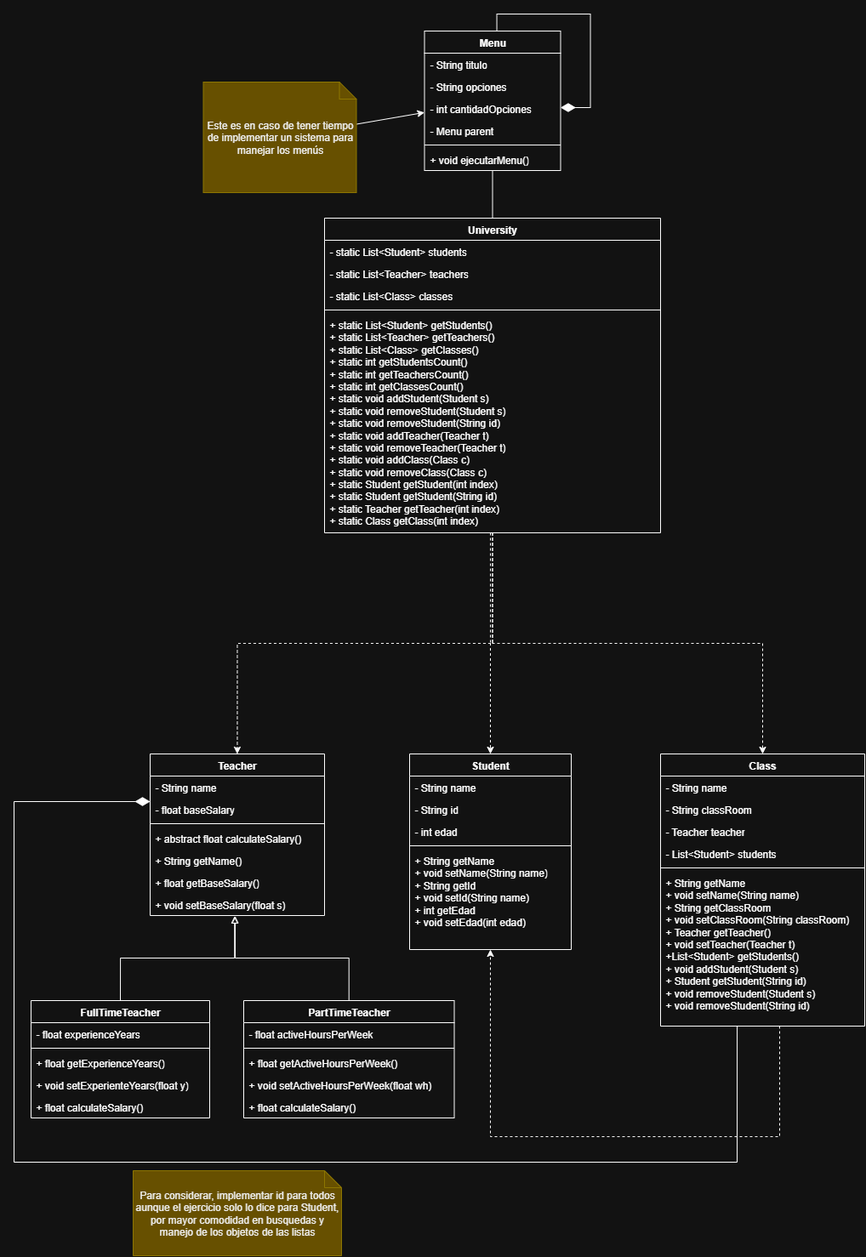
CarlosDRomero/JavaFinalExercise keeps this draw.io diagram as diagrams/ClassesDiagram.png. Above is the earlier version. Source tidied: cells renumbered, new cells last; positions are measured from the earlier drawing's top-left corner, leaving out a move shared by most shapes.
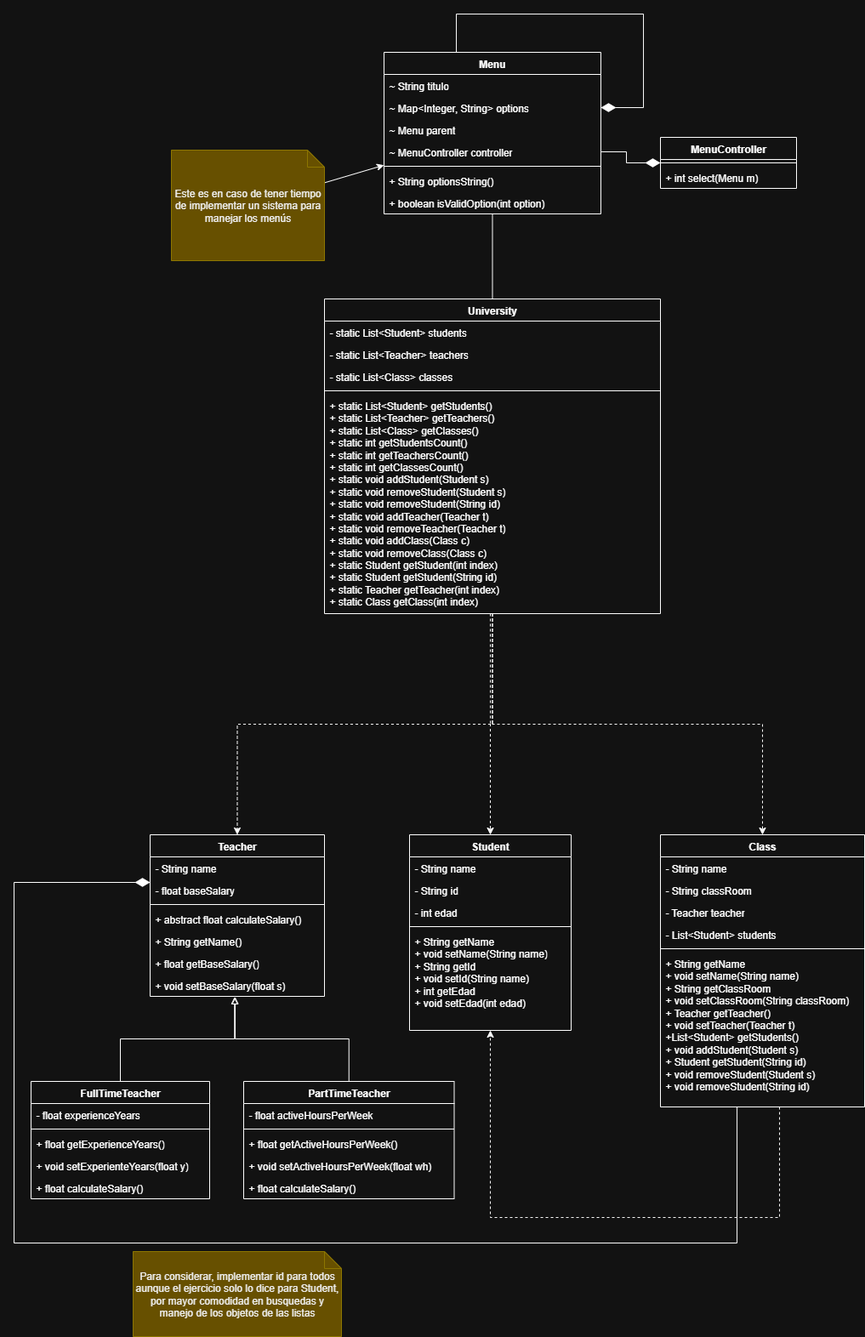
Later version of the same file.

What changed in the source:
```diff
@@ -160,44 +160,63 @@
       <mxGeometry relative="1" as="geometry" />
     </mxCell>
     <mxCell id="49" value="Menu" style="swimlane;fontStyle=1;align=center;verticalAlign=top;horizontal=1;startSize=26;whiteSpace=wrap;html=1;" parent="1" vertex="1">
-      <mxGeometry x="482.5" y="20" width="160" height="164" as="geometry" />
+      <mxGeometry x="435" y="-50" width="255" height="190" as="geometry" />
     </mxCell>
-    <mxCell id="50" value="- String titulo" style="text;strokeColor=none;fillColor=none;align=left;verticalAlign=top;spacingLeft=4;spacingRight=4;overflow=hidden;whiteSpace=wrap;html=1;" parent="49" vertex="1">
-      <mxGeometry y="26" width="160" height="26" as="geometry" />
+    <mxCell id="50" value="~ String titulo" style="text;strokeColor=none;fillColor=none;align=left;verticalAlign=top;spacingLeft=4;spacingRight=4;overflow=hidden;whiteSpace=wrap;html=1;" parent="49" vertex="1">
+      <mxGeometry y="26" width="255" height="26" as="geometry" />
     </mxCell>
-    <mxCell id="51" value="- String opciones" style="text;strokeColor=none;fillColor=none;align=left;verticalAlign=top;spacingLeft=4;spacingRight=4;overflow=hidden;whiteSpace=wrap;html=1;" parent="49" vertex="1">
-      <mxGeometry y="52" width="160" height="26" as="geometry" />
-    </mxCell>
-    <mxCell id="52" value="- int cantidadOpciones" style="text;strokeColor=none;fillColor=none;align=left;verticalAlign=top;spacingLeft=4;spacingRight=4;overflow=hidden;points=[[0,0.5],[1,0.5]];portConstraint=eastwest;whiteSpace=wrap;html=1;" parent="49" vertex="1">
-      <mxGeometry y="78" width="160" height="26" as="geometry" />
+    <mxCell id="52" value="~ Map&amp;lt;Integer, String&amp;gt; options" style="text;strokeColor=none;fillColor=none;align=left;verticalAlign=top;spacingLeft=4;spacingRight=4;overflow=hidden;points=[[0,0.5],[1,0.5]];portConstraint=eastwest;whiteSpace=wrap;html=1;" parent="49" vertex="1">
+      <mxGeometry y="52" width="255" height="26" as="geometry" />
     </mxCell>
-    <mxCell id="53" value="- Menu parent" style="text;strokeColor=none;fillColor=none;align=left;verticalAlign=top;spacingLeft=4;spacingRight=4;overflow=hidden;whiteSpace=wrap;html=1;" parent="49" vertex="1">
-      <mxGeometry y="104" width="160" height="26" as="geometry" />
+    <mxCell id="53" value="&lt;span style=&quot;background-color: transparent; color: light-dark(rgb(0, 0, 0), rgb(255, 255, 255));&quot;&gt;~ Menu parent&lt;/span&gt;" style="text;strokeColor=none;fillColor=none;align=left;verticalAlign=top;spacingLeft=4;spacingRight=4;overflow=hidden;whiteSpace=wrap;html=1;" parent="49" vertex="1">
+      <mxGeometry y="78" width="255" height="26" as="geometry" />
     </mxCell>
+    <mxCell id="60" value="~ MenuController controller" style="text;strokeColor=none;fillColor=none;align=left;verticalAlign=top;spacingLeft=4;spacingRight=4;overflow=hidden;points=[[0,0.5],[1,0.5]];portConstraint=eastwest;whiteSpace=wrap;html=1;" parent="49" vertex="1">
+      <mxGeometry y="104" width="255" height="26" as="geometry" />
+    </mxCell>
     <mxCell id="54" style="line;strokeWidth=1;fillColor=none;align=left;verticalAlign=middle;spacingTop=-1;spacingLeft=3;spacingRight=3;labelPosition=right;strokeColor=inherit;" parent="49" vertex="1">
-      <mxGeometry y="130" width="160" height="8" as="geometry" />
+      <mxGeometry y="130" width="255" height="8" as="geometry" />
     </mxCell>
-    <mxCell id="55" value="+ void ejecutarMenu()" style="text;strokeColor=none;fillColor=none;align=left;verticalAlign=top;spacingLeft=4;spacingRight=4;overflow=hidden;whiteSpace=wrap;html=1;" parent="49" vertex="1">
-      <mxGeometry y="138" width="160" height="26" as="geometry" />
-    </mxCell>
     <mxCell id="56" style="edgeStyle=orthogonalEdgeStyle;rounded=0;jettySize=auto;html=1;endArrow=diamondThin;endFill=1;endSize=15;entryX=1;entryY=0.5;entryDx=0;entryDy=0;" parent="49" edge="1" source="49" target="52">
       <mxGeometry relative="1" as="geometry">
         <Array as="points">
-          <mxPoint x="85" y="-20" />
-          <mxPoint x="195" y="-20" />
-          <mxPoint x="195" y="90" />
-          <mxPoint x="160" y="90" />
+          <mxPoint x="85" y="-45" />
+          <mxPoint x="305" y="-45" />
+          <mxPoint x="305" y="65" />
         </Array>
       </mxGeometry>
     </mxCell>
+    <mxCell id="61" value="+&amp;nbsp;String optionsString()" style="text;strokeColor=none;fillColor=none;align=left;verticalAlign=top;spacingLeft=4;spacingRight=4;overflow=hidden;whiteSpace=wrap;html=1;" parent="49" vertex="1">
+      <mxGeometry y="138" width="255" height="26" as="geometry" />
+    </mxCell>
+    <mxCell id="62" value="+&amp;nbsp;boolean isValidOption(int option)" style="text;strokeColor=none;fillColor=none;align=left;verticalAlign=top;spacingLeft=4;spacingRight=4;overflow=hidden;whiteSpace=wrap;html=1;" parent="49" vertex="1">
+      <mxGeometry y="164" width="255" height="26" as="geometry" />
+    </mxCell>
     <mxCell id="57" style="rounded=0;jettySize=auto;html=1;" parent="1" edge="1" source="58" target="49">
       <mxGeometry relative="1" as="geometry" />
     </mxCell>
     <mxCell id="58" value="Este es en caso de tener tiempo de implementar un sistema para manejar los menús" style="shape=note;size=20;whiteSpace=wrap;html=1;fillColor=#e3c800;fontColor=#000000;strokeColor=#B09500;" parent="1" vertex="1">
-      <mxGeometry x="222.5" y="80" width="180" height="130" as="geometry" />
+      <mxGeometry x="185" y="65" width="180" height="130" as="geometry" />
     </mxCell>
     <mxCell id="59" value="Para considerar, implementar id para todos aunque el ejercicio solo lo dice para Student, por mayor comodidad en busquedas y manejo de los objetos de las listas" style="shape=note;size=20;whiteSpace=wrap;html=1;fillColor=#e3c800;fontColor=#000000;strokeColor=#B09500;" parent="1" vertex="1">
       <mxGeometry x="140" y="1360" width="245" height="100" as="geometry" />
     </mxCell>
+    <mxCell id="63" value="MenuController" style="swimlane;fontStyle=1;align=center;verticalAlign=top;horizontal=1;startSize=26;whiteSpace=wrap;html=1;" parent="1" vertex="1">
+      <mxGeometry x="760" y="50" width="160" height="60" as="geometry" />
+    </mxCell>
+    <mxCell id="64" style="line;strokeWidth=1;fillColor=none;align=left;verticalAlign=middle;spacingTop=-1;spacingLeft=3;spacingRight=3;labelPosition=right;strokeColor=inherit;" parent="63" vertex="1">
+      <mxGeometry y="26" width="160" height="8" as="geometry" />
+    </mxCell>
+    <mxCell id="65" value="+ int select(Menu m)" style="text;strokeColor=none;fillColor=none;align=left;verticalAlign=top;spacingLeft=4;spacingRight=4;overflow=hidden;whiteSpace=wrap;html=1;" parent="63" vertex="1">
+      <mxGeometry y="34" width="160" height="26" as="geometry" />
+    </mxCell>
+    <mxCell id="66" style="edgeStyle=orthogonalEdgeStyle;rounded=0;jettySize=auto;html=1;endArrow=diamondThin;endFill=1;endSize=15;exitX=1;exitY=0.5;exitDx=0;exitDy=0;" parent="1" edge="1" source="60" target="63">
+      <mxGeometry relative="1" as="geometry">
+        <Array as="points">
+          <mxPoint x="720" y="67" />
+          <mxPoint x="720" y="80" />
+        </Array>
+      </mxGeometry>
+    </mxCell>
   </root>
 </mxGraphModel>
```
